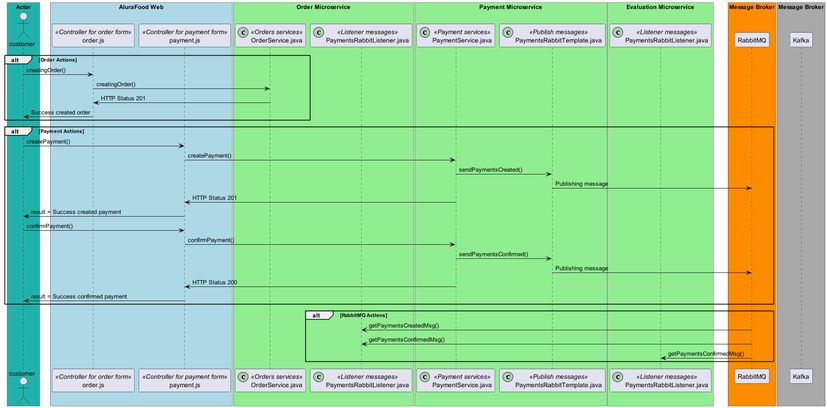
This is docs/checkout.png from rhribeiro25/AluraFoodEurekaServer, a PlantUML export, as it was before one commit. Its diagram source:
```plantuml
@startuml

actor customer as user
participant "order.js" as orderForm <<Controller for order form>>
participant "payment.js" as paymentForm <<Controller for payment form>>
participant "OrderService.java" as orderService <<(C,#ADD1B2) Orders services>>
participant "PaymentsRabbitListener.java" as paymentsRabbitListenerOrder <<(C,#ADD1B2) Listener messages>>
participant "PaymentsRabbitListener.java" as paymentsRabbitListenerEvaluation <<(C,#ADD1B2) Listener messages>>
participant "PaymentService.java" as paymentService <<(C,#ADD1B2) Payment services>>
participant "PaymentsRabbitTemplate.java" as paymentsRabbitTemplate <<(C,#ADD1B2) Publish messages >>
participant "RabbitMQ" as rabbitMQ
participant "Kafka" as kafka

box "Actor" #LightSeaGreen
	actor user
end box

box "AluraFood Web" #LightBlue
	participant orderForm
	participant paymentForm
end box

box "Order Microservice" #LightGreen
	participant orderService
	participant paymentsRabbitListenerOrder
end box

box "Payment Microservice" #LightGreen
	participant paymentService
	participant paymentsRabbitTemplate
end box

box "Evaluation Microservice" #LightGreen
	participant paymentsRabbitListenerEvaluation
end box

box "Message Broker" #DarkOrange
	participant rabbitMQ
end box

box "Message Broker" #DarkGray
	participant kafka
end box

alt Order Actions
    user -> orderForm : creatingOrder()
    orderForm -> orderService : creatingOrder()
    orderService -> orderForm : HTTP Status 201
    orderForm -> user : Success created order
end alt

alt Payment Actions
    user -> paymentForm : createPayment()
    paymentForm -> paymentService : createPayment()
    paymentService -> paymentsRabbitTemplate : sendPaymentsCreated()
    paymentsRabbitTemplate -> rabbitMQ : Publishing message
    paymentService -> paymentForm : HTTP Status 201
    paymentForm -> user : result = Success created payment

    user -> paymentForm : confirmPayment()
    paymentForm -> paymentService : confirmPayment()
    paymentService -> paymentsRabbitTemplate : sendPaymentsConfirmed()
    paymentsRabbitTemplate -> rabbitMQ : Publishing message
    paymentService -> paymentForm : HTTP Status 200
    paymentForm -> user : result = Success confirmed payment
end alt

alt RabbitMQ Actions
    rabbitMQ -> paymentsRabbitListenerOrder : getPaymentsCreatedMsg()
    rabbitMQ -> paymentsRabbitListenerOrder : getPaymentsConfirmedMsg()
    rabbitMQ -> paymentsRabbitListenerEvaluation : getPaymentsConfirmedMsg()
end alt

@enduml
```
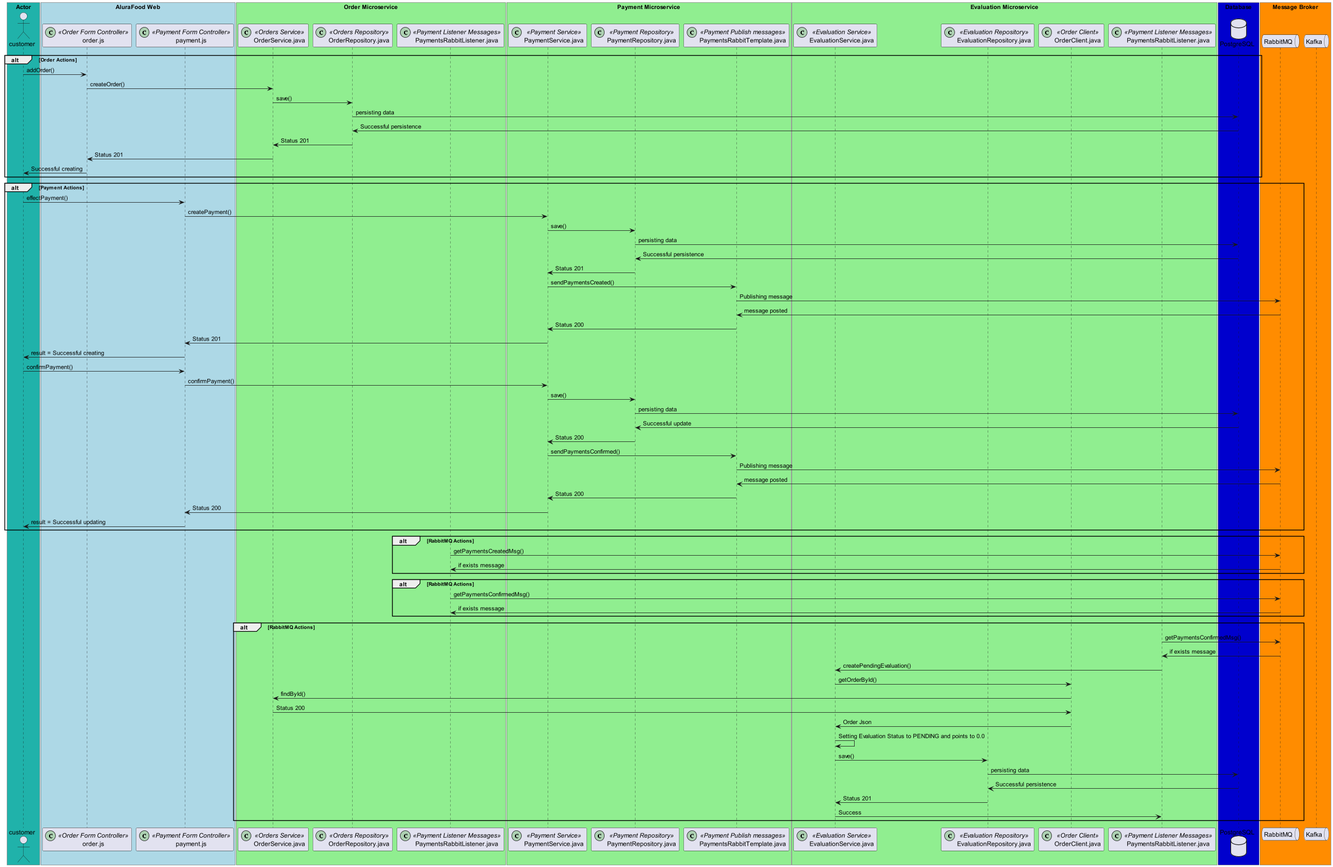
The same file after the commit.

The edit, as a diff of the source:
```diff
@@ -1,74 +1,120 @@
 @startuml
 
 actor customer as user
-participant "order.js" as orderForm <<Controller for order form>>
-participant "payment.js" as paymentForm <<Controller for payment form>>
-participant "OrderService.java" as orderService <<(C,#ADD1B2) Orders services>>
-participant "PaymentsRabbitListener.java" as paymentsRabbitListenerOrder <<(C,#ADD1B2) Listener messages>>
-participant "PaymentsRabbitListener.java" as paymentsRabbitListenerEvaluation <<(C,#ADD1B2) Listener messages>>
-participant "PaymentService.java" as paymentService <<(C,#ADD1B2) Payment services>>
-participant "PaymentsRabbitTemplate.java" as paymentsRabbitTemplate <<(C,#ADD1B2) Publish messages >>
-participant "RabbitMQ" as rabbitMQ
-participant "Kafka" as kafka
+participant "order.js" as orderForm <<(C,#ADD1B2) Order Form Controller>>
+participant "payment.js" as paymentForm <<(C,#ADD1B2) Payment Form Controller>>
+participant "OrderService.java" as orderService <<(C,#ADD1B2) Orders Service>>
+participant "OrderRepository.java" as orderRepository <<(C,#ADD1B2) Orders Repository>>
+participant "PaymentsRabbitListener.java" as paymentsRabbitListenerOrder <<(C,#ADD1B2) Payment Listener Messages>>
+participant "EvaluationService.java" as evaluationService <<(C,#ADD1B2) Evaluation Service>>
+participant "EvaluationRepository.java" as evaluationRepository <<(C,#ADD1B2) Evaluation Repository>>
+participant "OrderClient.java" as orderClient <<(C,#ADD1B2) Order Client>>
+participant "PaymentsRabbitListener.java" as paymentsRabbitListenerEvaluation <<(C,#ADD1B2) Payment Listener Messages>>
+participant "PaymentService.java" as paymentService <<(C,#ADD1B2) Payment Service>>
+participant "PaymentRepository.java" as paymentRepository <<(C,#ADD1B2) Payment Repository>>
+participant "PaymentsRabbitTemplate.java" as paymentsRabbitTemplate <<(C,#ADD1B2) Payment Publish messages >>
+database PostgreSQL as postgres
+queue RabbitMQ as rabbit
+queue Kafka as kaf
 
 box "Actor" #LightSeaGreen
-	actor user
+    participant user
 end box
 
 box "AluraFood Web" #LightBlue
-	participant orderForm
-	participant paymentForm
+    participant orderForm
+    participant paymentForm
 end box
 
 box "Order Microservice" #LightGreen
-	participant orderService
-	participant paymentsRabbitListenerOrder
+    participant orderService
+    participant orderRepository
+    participant paymentsRabbitListenerOrder
 end box
 
 box "Payment Microservice" #LightGreen
-	participant paymentService
-	participant paymentsRabbitTemplate
+    participant paymentService
+    participant paymentRepository
+    participant paymentsRabbitTemplate
 end box
 
 box "Evaluation Microservice" #LightGreen
-	participant paymentsRabbitListenerEvaluation
+    participant evaluationService
+    participant evaluationRepository
+    participant orderClient
+    participant paymentsRabbitListenerEvaluation
+end box
+
+box "Database" #MediumBlue
+    participant postgres
 end box
 
 box "Message Broker" #DarkOrange
-	participant rabbitMQ
+    participant rabbit
+    participant kaf
 end box
 
-box "Message Broker" #DarkGray
-	participant kafka
-end box
 
 alt Order Actions
-    user -> orderForm : creatingOrder()
-    orderForm -> orderService : creatingOrder()
-    orderService -> orderForm : HTTP Status 201
-    orderForm -> user : Success created order
+    user -> orderForm : addOrder()
+    orderForm -> orderService : createOrder()
+    orderService -> orderRepository : save()
+    orderRepository -> postgres : persisting data
+    postgres -> orderRepository : Successful persistence
+    orderRepository -> orderService : Status 201
+    orderService -> orderForm : Status 201
+    orderForm -> user : Successful creating
 end alt
 
 alt Payment Actions
-    user -> paymentForm : createPayment()
+    user -> paymentForm : effectPayment()
     paymentForm -> paymentService : createPayment()
+    paymentService -> paymentRepository : save()
+    paymentRepository -> postgres : persisting data
+    postgres -> paymentRepository : Successful persistence
+    paymentRepository -> paymentService : Status 201
     paymentService -> paymentsRabbitTemplate : sendPaymentsCreated()
-    paymentsRabbitTemplate -> rabbitMQ : Publishing message
-    paymentService -> paymentForm : HTTP Status 201
-    paymentForm -> user : result = Success created payment
+    paymentsRabbitTemplate -> rabbit : Publishing message
+    rabbit -> paymentsRabbitTemplate : message posted
+    paymentsRabbitTemplate -> paymentService : Status 200
+    paymentService -> paymentForm : Status 201
+    paymentForm -> user : result = Successful creating
 
     user -> paymentForm : confirmPayment()
     paymentForm -> paymentService : confirmPayment()
+    paymentService -> paymentRepository : save()
+    paymentRepository -> postgres : persisting data
+    postgres -> paymentRepository : Successful update
+    paymentRepository -> paymentService : Status 200
     paymentService -> paymentsRabbitTemplate : sendPaymentsConfirmed()
-    paymentsRabbitTemplate -> rabbitMQ : Publishing message
-    paymentService -> paymentForm : HTTP Status 200
-    paymentForm -> user : result = Success confirmed payment
+    paymentsRabbitTemplate -> rabbit : Publishing message
+    rabbit -> paymentsRabbitTemplate : message posted
+    paymentsRabbitTemplate -> paymentService : Status 200
+    paymentService -> paymentForm : Status 200
+    paymentForm -> user : result = Successful updating
 end alt
 
 alt RabbitMQ Actions
-    rabbitMQ -> paymentsRabbitListenerOrder : getPaymentsCreatedMsg()
-    rabbitMQ -> paymentsRabbitListenerOrder : getPaymentsConfirmedMsg()
-    rabbitMQ -> paymentsRabbitListenerEvaluation : getPaymentsConfirmedMsg()
+    paymentsRabbitListenerOrder -> rabbit : getPaymentsCreatedMsg()
+    rabbit -> paymentsRabbitListenerOrder : if exists message
 end alt
-
+alt RabbitMQ Actions
+    paymentsRabbitListenerOrder -> rabbit : getPaymentsConfirmedMsg()
+    rabbit -> paymentsRabbitListenerOrder : if exists message
+end alt
+alt RabbitMQ Actions
+    paymentsRabbitListenerEvaluation -> rabbit : getPaymentsConfirmedMsg()
+    rabbit -> paymentsRabbitListenerEvaluation : if exists message
+    paymentsRabbitListenerEvaluation -> evaluationService :createPendingEvaluation()
+    evaluationService -> orderClient : getOrderById()
+    orderClient -> orderService : findById()
+    orderService -> orderClient : Status 200
+    orderClient -> evaluationService : Order Json
+    evaluationService -> evaluationService : Setting Evaluation Status to PENDING and points to 0.0
+    evaluationService -> evaluationRepository : save()
+    evaluationRepository -> postgres : persisting data
+    postgres -> evaluationRepository : Successful persistence
+    evaluationRepository -> evaluationService : Status 201
+    evaluationService -> paymentsRabbitListenerEvaluation : Success
+end alt
 @enduml
```
